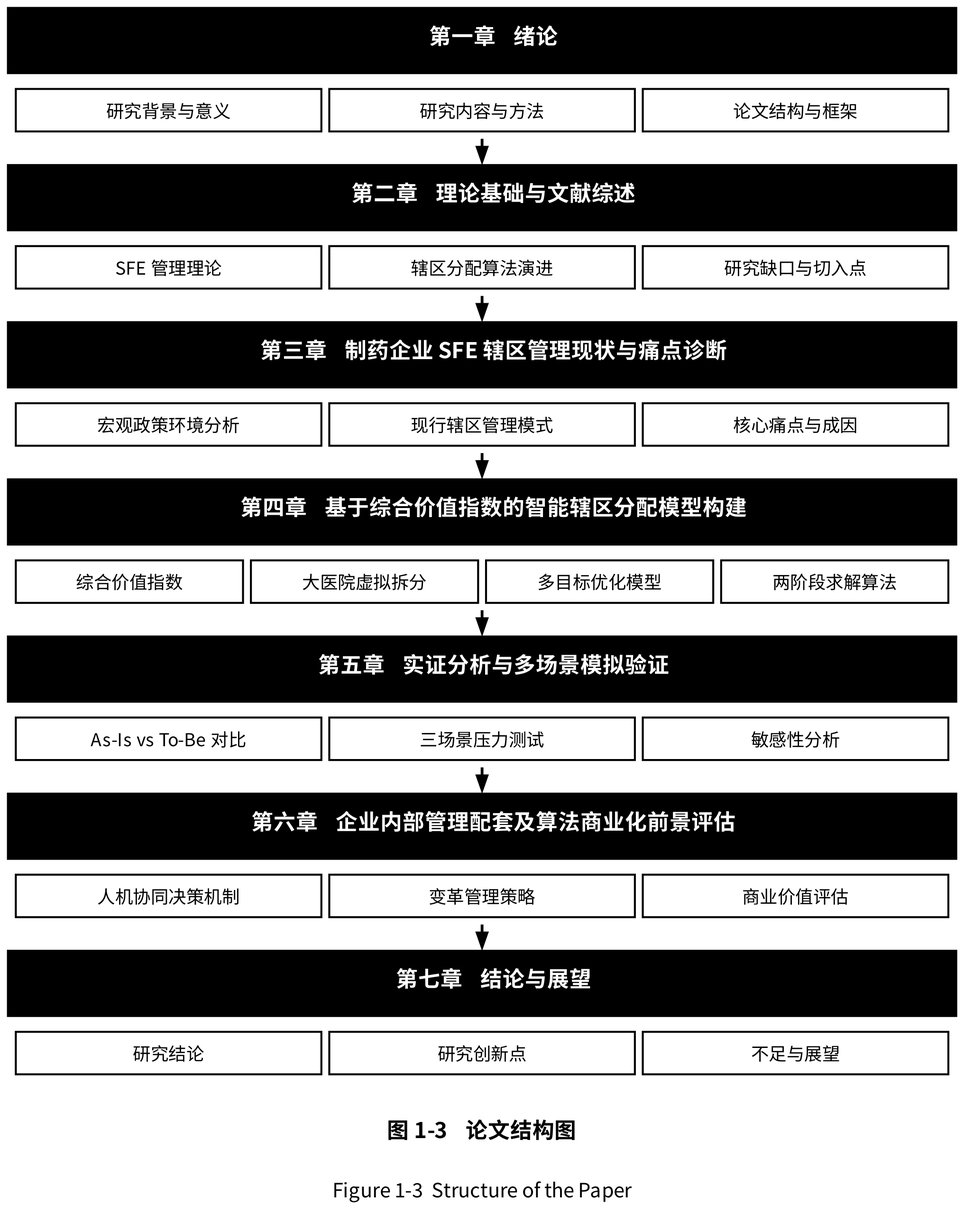
The Graphviz diagram docs/figures/fig1-3.png in vickenkira36/SJTU_MBA_SFE, before a commit. Its source is kept beside it as docs/figures/fig1-3.dot.
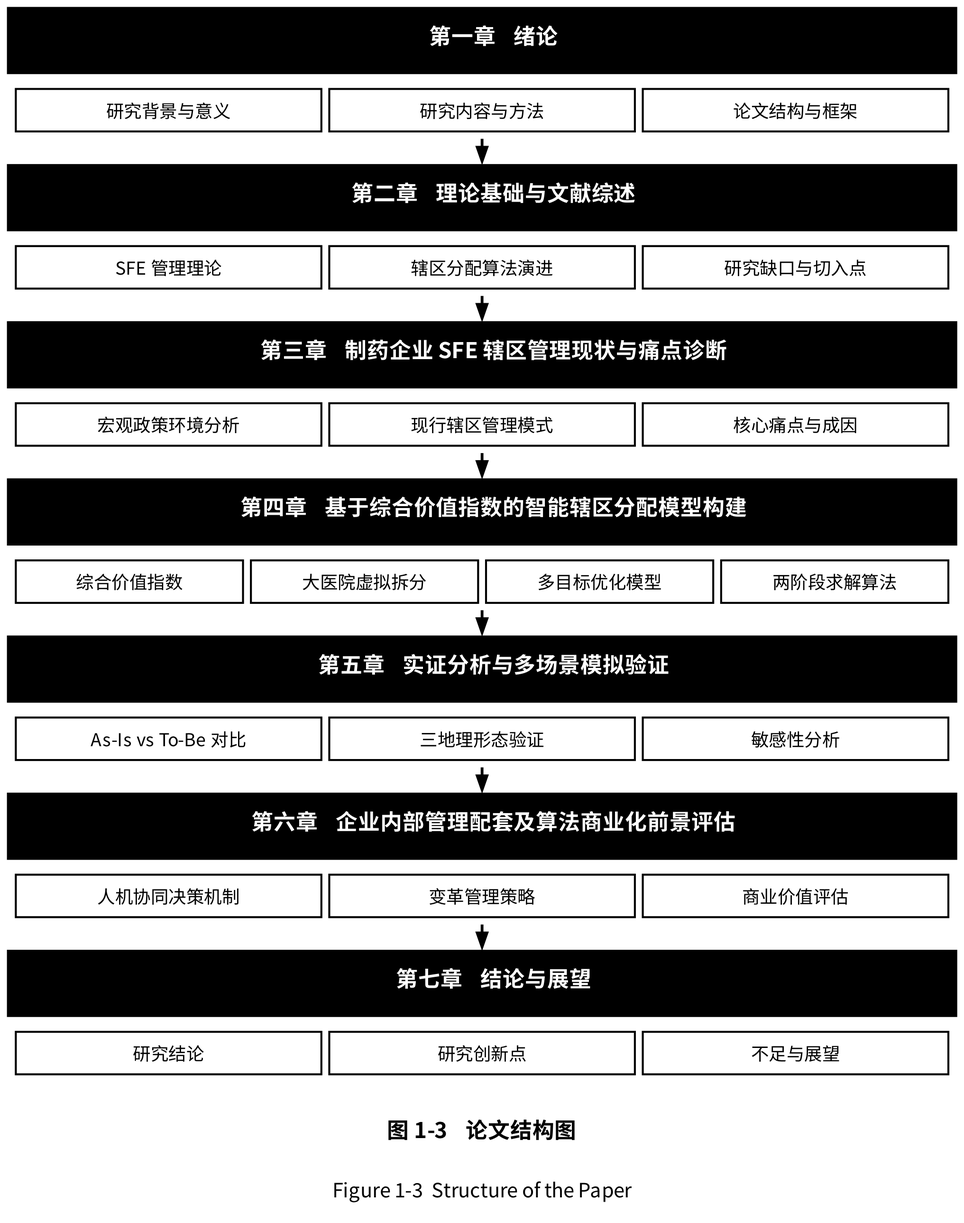
The same file after the commit.

Commit message:
图 1-3 与图 5-3 同步跨章节一致性修复

Change to the diagram source:
```diff
@@ -92,7 +92,7 @@
                 <TABLE BORDER="0" CELLBORDER="1" CELLSPACING="4" CELLPADDING="3">
                     <TR>
                         <TD WIDTH="150" ALIGN="CENTER"><FONT POINT-SIZE="9">As-Is vs To-Be 对比</FONT></TD>
-                        <TD WIDTH="150" ALIGN="CENTER"><FONT POINT-SIZE="9">三场景压力测试</FONT></TD>
+                        <TD WIDTH="150" ALIGN="CENTER"><FONT POINT-SIZE="9">三地理形态验证</FONT></TD>
                         <TD WIDTH="150" ALIGN="CENTER"><FONT POINT-SIZE="9">敏感性分析</FONT></TD>
                     </TR>
                 </TABLE>
```
